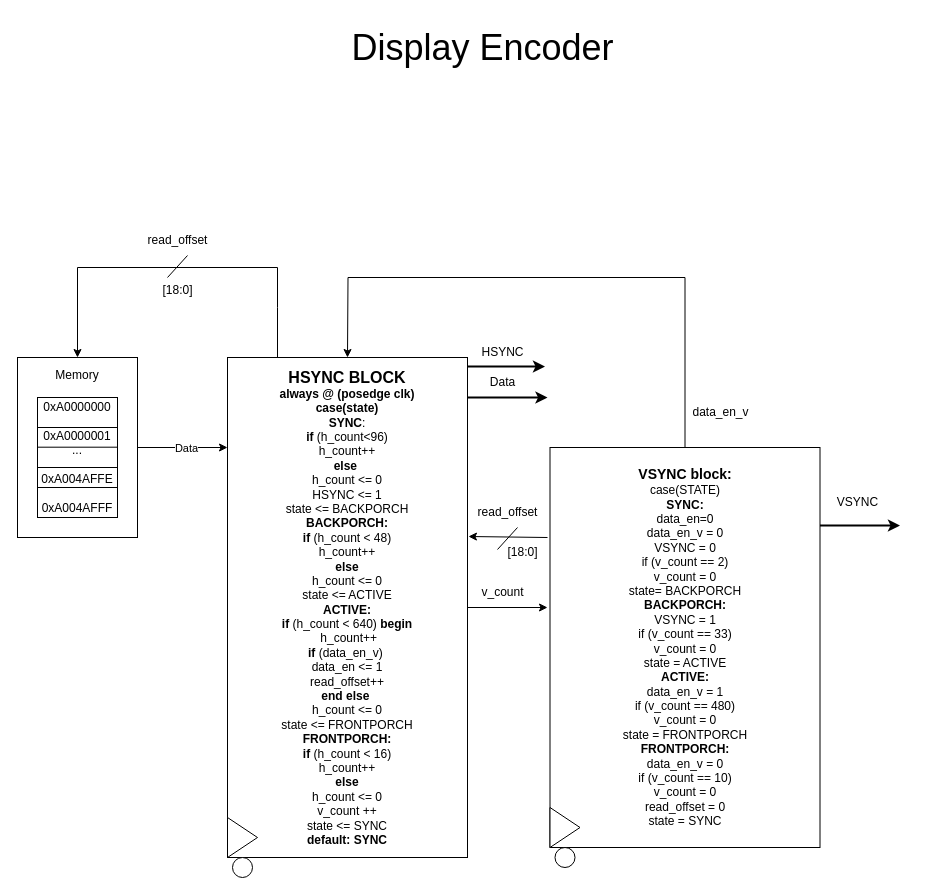
This is Display_Encoder.drawio from limichael246/STARS_2024, a draw.io file, before an edit. Source tidied: cells renumbered, new cells numbered last; positions are measured from the earlier drawing's top-left corner, leaving out a move shared by most shapes. Both pictures are drawn from the tidied source at 100%, with x=0, y=0 at pixel (17, 17).
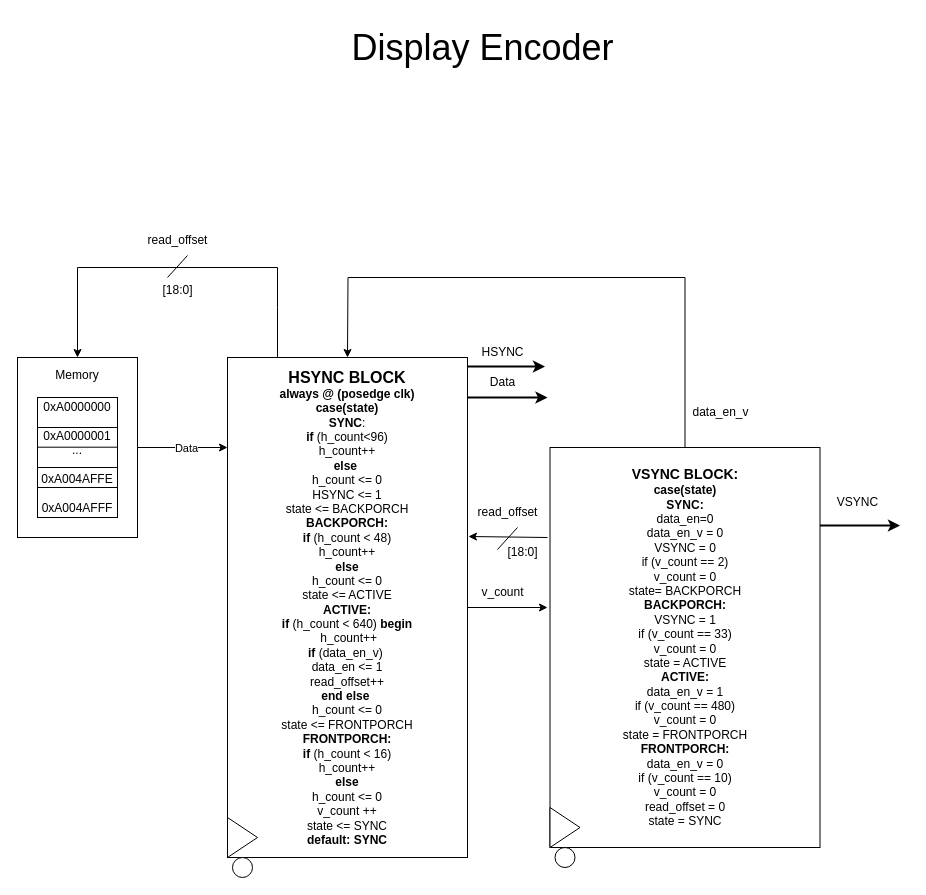
After the change.

What changed in the source:
```diff
@@
-    <mxCell id="17" value="&lt;b&gt;&lt;font style=&quot;font-size: 14px;&quot;&gt;VSYNC block:&lt;/font&gt;&lt;/b&gt;&lt;div&gt;case(STATE)&lt;/div&gt;&lt;div&gt;&lt;b&gt;SYNC:&lt;/b&gt;&lt;br&gt;&lt;div&gt;data_en=0&lt;/div&gt;&lt;div&gt;data_en_v = 0&lt;/div&gt;&lt;div&gt;VSYNC = 0&lt;/div&gt;&lt;div&gt;&lt;div&gt;if (v_count == 2)&lt;/div&gt;&lt;div&gt;v_count = 0&lt;/div&gt;&lt;/div&gt;&lt;div&gt;state= BACKPORCH&lt;/div&gt;&lt;div&gt;&lt;b&gt;BACKPORCH:&lt;/b&gt;&lt;/div&gt;&lt;div&gt;VSYNC = 1&lt;/div&gt;&lt;div&gt;&lt;div&gt;&lt;div&gt;if (v_count == 33)&lt;/div&gt;&lt;div&gt;v_count = 0&lt;/div&gt;&lt;/div&gt;&lt;div&gt;state = ACTIVE&lt;/div&gt;&lt;/div&gt;&lt;div&gt;&lt;b&gt;ACTIVE:&lt;/b&gt;&lt;/div&gt;&lt;div&gt;data_en_v = 1&lt;/div&gt;&lt;div&gt;&lt;div&gt;&lt;div&gt;if (v_count == 480)&lt;/div&gt;&lt;div&gt;v_count = 0&lt;/div&gt;&lt;/div&gt;&lt;div&gt;state = FRONTPORCH&lt;/div&gt;&lt;/div&gt;&lt;div&gt;&lt;b&gt;FRONTPORCH:&lt;/b&gt;&lt;br&gt;&lt;/div&gt;&lt;div&gt;data_en_v = 0&lt;/div&gt;&lt;/div&gt;&lt;div&gt;&lt;div&gt;&lt;div&gt;if (v_count == 10)&lt;/div&gt;&lt;div&gt;v_count = 0&lt;/div&gt;&lt;/div&gt;&lt;div&gt;read_offset = 0&lt;/div&gt;&lt;div&gt;state = SYNC&lt;/div&gt;&lt;/div&gt;" style="whiteSpace=wrap;html=1;" parent="1" vertex="1">
+    <mxCell id="17" value="&lt;b&gt;&lt;font style=&quot;font-size: 14px;&quot;&gt;VSYNC BLOCK:&lt;/font&gt;&lt;/b&gt;&lt;div&gt;&lt;b&gt;case(state)&lt;/b&gt;&lt;/div&gt;&lt;div&gt;&lt;b&gt;SYNC:&lt;/b&gt;&lt;br&gt;&lt;div&gt;data_en=0&lt;/div&gt;&lt;div&gt;data_en_v = 0&lt;/div&gt;&lt;div&gt;VSYNC = 0&lt;/div&gt;&lt;div&gt;&lt;div&gt;if (v_count == 2)&lt;/div&gt;&lt;div&gt;v_count = 0&lt;/div&gt;&lt;/div&gt;&lt;div&gt;state= BACKPORCH&lt;/div&gt;&lt;div&gt;&lt;b&gt;BACKPORCH:&lt;/b&gt;&lt;/div&gt;&lt;div&gt;VSYNC = 1&lt;/div&gt;&lt;div&gt;&lt;div&gt;&lt;div&gt;if (v_count == 33)&lt;/div&gt;&lt;div&gt;v_count = 0&lt;/div&gt;&lt;/div&gt;&lt;div&gt;state = ACTIVE&lt;/div&gt;&lt;/div&gt;&lt;div&gt;&lt;b&gt;ACTIVE:&lt;/b&gt;&lt;/div&gt;&lt;div&gt;data_en_v = 1&lt;/div&gt;&lt;div&gt;&lt;div&gt;&lt;div&gt;if (v_count == 480)&lt;/div&gt;&lt;div&gt;v_count = 0&lt;/div&gt;&lt;/div&gt;&lt;div&gt;state = FRONTPORCH&lt;/div&gt;&lt;/div&gt;&lt;div&gt;&lt;b&gt;FRONTPORCH:&lt;/b&gt;&lt;br&gt;&lt;/div&gt;&lt;div&gt;data_en_v = 0&lt;/div&gt;&lt;/div&gt;&lt;div&gt;&lt;div&gt;&lt;div&gt;if (v_count == 10)&lt;/div&gt;&lt;div&gt;v_count = 0&lt;/div&gt;&lt;/div&gt;&lt;div&gt;read_offset = 0&lt;/div&gt;&lt;div&gt;state = SYNC&lt;/div&gt;&lt;/div&gt;" style="whiteSpace=wrap;html=1;" parent="1" vertex="1">
       <mxGeometry x="532.5" y="430" width="270" height="400" as="geometry" />
     </mxCell>
```
